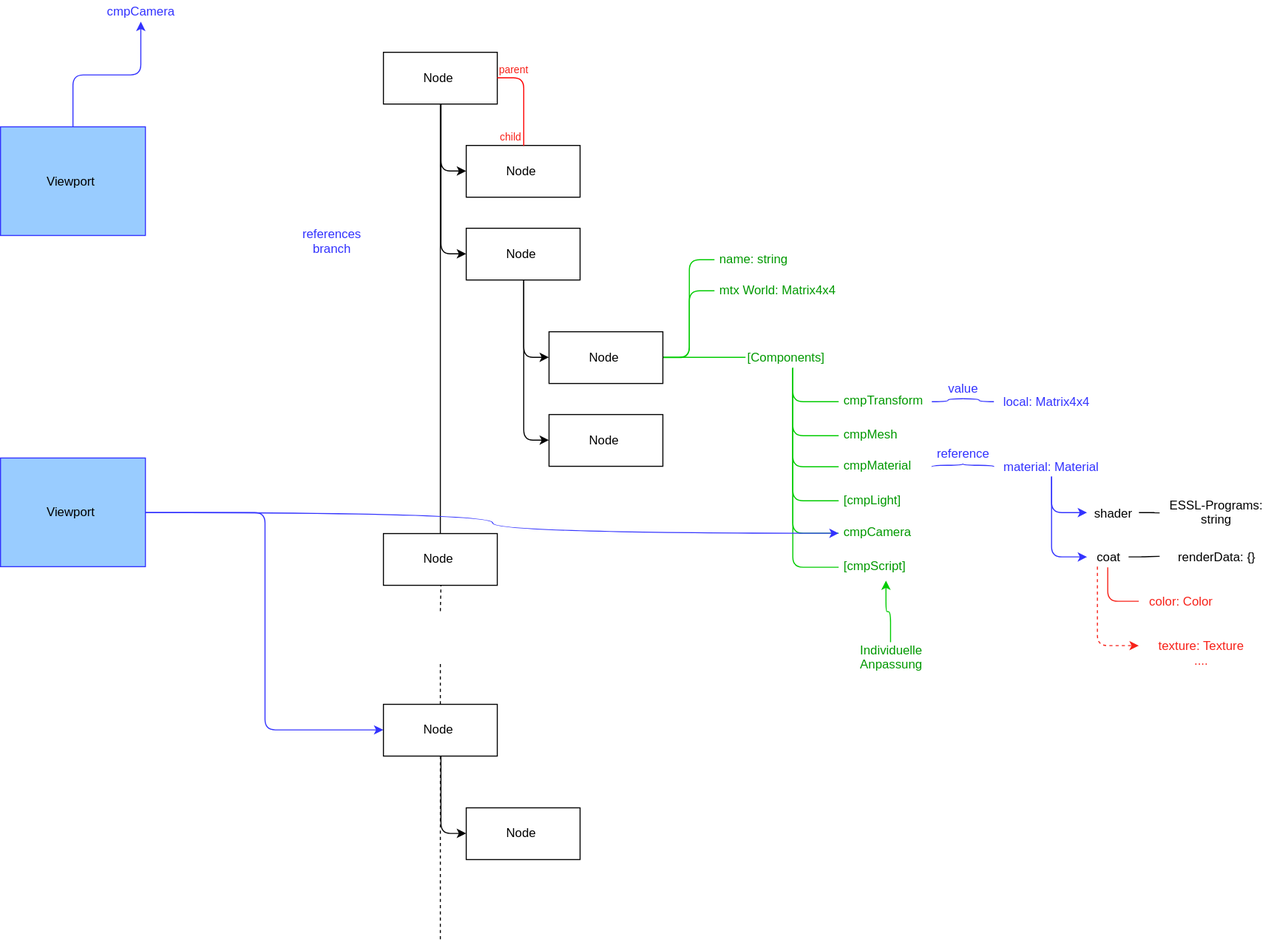
Earlier version of the draw.io export Design/FUDGE technical overview.svg (JirkaDellOro/FUDGE). Source tidied: cells renumbered, new cells last; positions are measured from the earlier drawing's top-left corner, leaving out a move shared by most shapes.
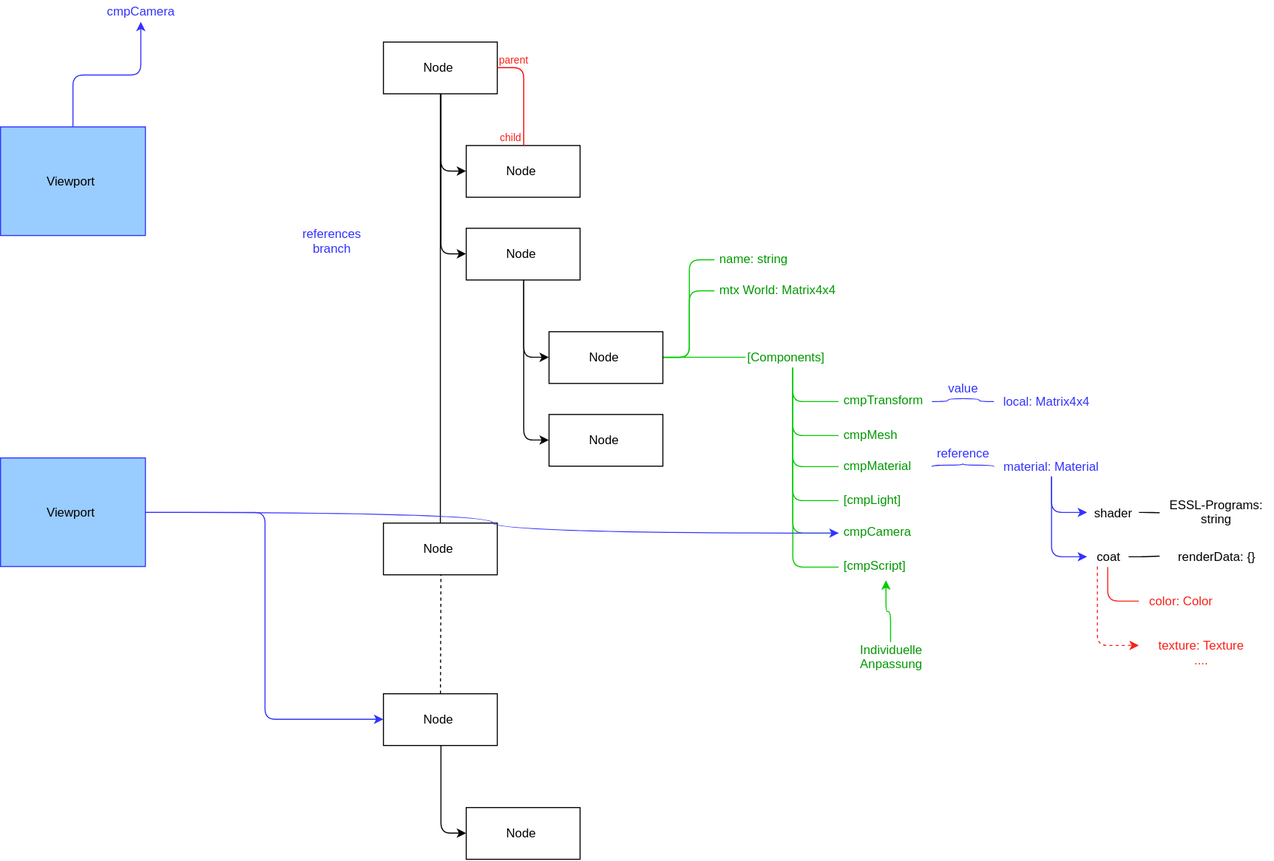
Later version of the same file.

What changed in the source:
```diff
@@ -9,7 +9,7 @@
       <mxGeometry relative="1" as="geometry" />
     </mxCell>
     <mxCell id="4" value="&lt;div&gt;Node&lt;/div&gt;" style="html=1;" parent="1" vertex="1">
-      <mxGeometry x="370" y="50" width="110" height="50" as="geometry" />
+      <mxGeometry x="370" y="40" width="110" height="50" as="geometry" />
     </mxCell>
     <mxCell id="5" value="&lt;div&gt;Node&lt;/div&gt;" style="html=1;" parent="1" vertex="1">
       <mxGeometry x="450" y="140" width="110" height="50" as="geometry" />
@@ -48,16 +48,11 @@
       <mxGeometry x="530" y="400" width="110" height="50" as="geometry" />
     </mxCell>
     <mxCell id="14" value="&lt;div&gt;Node&lt;/div&gt;" style="html=1;" parent="1" vertex="1">
-      <mxGeometry x="370" y="515" width="110" height="50" as="geometry" />
+      <mxGeometry x="370" y="505" width="110" height="50" as="geometry" />
     </mxCell>
     <mxCell id="15" style="endArrow=none;html=1;" parent="1" edge="1" source="14" target="4">
       <mxGeometry relative="1" as="geometry" />
     </mxCell>
-    <mxCell id="16" style="endArrow=none;dashed=1;html=1;entryX=0.5;entryY=1;entryDx=0;entryDy=0;" parent="1" edge="1" target="14">
-      <mxGeometry relative="1" as="geometry">
-        <mxPoint x="425" y="590" as="sourcePoint" />
-      </mxGeometry>
-    </mxCell>
     <mxCell id="17" style="endArrow=none;html=1;entryX=0.5;entryY=0;entryDx=0;entryDy=0;exitX=1;exitY=0.5;exitDx=0;exitDy=0;fillColor=#e1d5e7;strokeColor=#FF0000;fontColor=#F72119;edgeStyle=orthogonalEdgeStyle;" parent="1" edge="1" source="4" target="5">
       <mxGeometry relative="1" as="geometry" />
     </mxCell>
@@ -136,21 +131,14 @@
     <mxCell id="42" value="Viewport" style="html=1;fillColor=#99CCFF;strokeColor=#3333FF;gradientColor=none;" parent="1" vertex="1">
       <mxGeometry y="122" width="140" height="105" as="geometry" />
     </mxCell>
-    <mxCell id="43" style="edgeStyle=orthogonalEdgeStyle;rounded=0;jettySize=auto;html=1;strokeColor=#000000;dashed=1;endArrow=none;endFill=0;" parent="1" edge="1" source="46">
-      <mxGeometry relative="1" as="geometry">
-        <mxPoint x="425" y="640" as="targetPoint" />
-      </mxGeometry>
-    </mxCell>
-    <mxCell id="44" style="edgeStyle=orthogonalEdgeStyle;rounded=1;jettySize=auto;html=1;startArrow=none;startFill=0;endArrow=none;endFill=0;strokeColor=#000000;dashed=1;" parent="1" edge="1" source="46">
-      <mxGeometry relative="1" as="geometry">
-        <mxPoint x="425" y="910" as="targetPoint" />
-      </mxGeometry>
-    </mxCell>
     <mxCell id="45" style="edgeStyle=orthogonalEdgeStyle;rounded=1;jettySize=auto;html=1;entryX=0;entryY=0.5;entryDx=0;entryDy=0;" parent="1" edge="1" source="46" target="47">
       <mxGeometry relative="1" as="geometry" />
     </mxCell>
+    <mxCell id="69" style="edgeStyle=none;rounded=0;comic=0;jumpStyle=none;jettySize=auto;html=1;entryX=0.5;entryY=1;entryDx=0;entryDy=0;dashed=1;endArrow=none;endFill=0;strokeColor=#000000;" parent="1" edge="1" source="46" target="14">
+      <mxGeometry relative="1" as="geometry" />
+    </mxCell>
     <mxCell id="46" value="&lt;div&gt;Node&lt;/div&gt;" style="html=1;" parent="1" vertex="1">
-      <mxGeometry x="370" y="680" width="110" height="50" as="geometry" />
+      <mxGeometry x="370" y="670" width="110" height="50" as="geometry" />
     </mxCell>
     <mxCell id="47" value="&lt;div&gt;Node&lt;/div&gt;" style="html=1;" parent="1" vertex="1">
       <mxGeometry x="450" y="780" width="110" height="50" as="geometry" />
```
